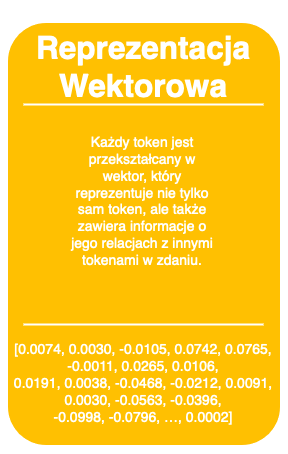
girlsjs/kurs keeps this draw.io diagram as follow-ups/ai-assisted-coding/img/etap2.png. Above is the earlier version. Source tidied: cells renumbered, new cells last; positions are measured from the earlier drawing's top-left corner, leaving out a move shared by most shapes. Its diagram source:
```xml
<mxGraphModel>
  <root>
    <mxCell id="0" />
    <mxCell id="1" parent="0" />
    <mxCell id="2" style="whiteSpace=wrap;html=1;rounded=1;shadow=0;strokeWidth=8;fontSize=20;align=center;fillColor=#FFC001;strokeColor=#FFFFFF;" parent="1" vertex="1">
      <mxGeometry x="1" width="280" height="430" as="geometry" />
    </mxCell>
    <mxCell id="3" value="&lt;h3&gt;&lt;strong&gt;Reprezentacja Wektorowa&lt;/strong&gt;&lt;/h3&gt;" style="text;html=1;strokeColor=none;fillColor=none;align=center;verticalAlign=middle;whiteSpace=wrap;rounded=0;shadow=0;fontSize=27;fontColor=#FFFFFF;fontStyle=1;" parent="1" vertex="1">
      <mxGeometry y="20" width="280" height="60" as="geometry" />
    </mxCell>
    <mxCell id="4" value="[0.0074, 0.0030, -0.0105, 0.0742, 0.0765, -0.0011, 0.0265, 0.0106, &lt;br/&gt;0.0191, 0.0038, -0.0468, -0.0212, 0.0091, 0.0030, -0.0563, -0.0396, &lt;br/&gt;-0.0998, -0.0796, …, 0.0002] " style="text;html=1;strokeColor=none;fillColor=none;align=center;verticalAlign=middle;whiteSpace=wrap;rounded=0;shadow=0;fontSize=14;fontColor=#FFFFFF;" parent="1" vertex="1">
      <mxGeometry y="320" width="280" height="90" as="geometry" />
    </mxCell>
    <mxCell id="5" style="line;strokeWidth=2;html=1;rounded=0;shadow=0;fontSize=27;align=center;fillColor=none;strokeColor=#FFFFFF;" parent="1" vertex="1">
      <mxGeometry x="20" y="80" width="240" height="10" as="geometry" />
    </mxCell>
    <mxCell id="6" style="line;strokeWidth=2;html=1;rounded=0;shadow=0;fontSize=27;align=center;fillColor=none;strokeColor=#FFFFFF;" parent="1" vertex="1">
      <mxGeometry x="20" y="300" width="240" height="10" as="geometry" />
    </mxCell>
    <mxCell id="7" value="&lt;font style=&quot;font-size: 14px;&quot; color=&quot;#ffffff&quot;&gt;Każdy token jest przekształcany w wektor, który reprezentuje nie tylko sam token, ale także zawiera informacje o jego relacjach z innymi tokenami w zdaniu. &lt;/font&gt;" style="text;strokeColor=none;align=center;fillColor=none;html=1;verticalAlign=middle;whiteSpace=wrap;rounded=0;" parent="1" vertex="1">
      <mxGeometry x="64" y="168" width="150" height="30" as="geometry" />
    </mxCell>
  </root>
</mxGraphModel>
```
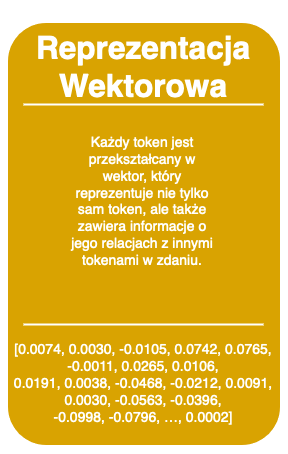
After the commit.

Change to the diagram source:
```diff
@@ -2,7 +2,7 @@
   <root>
     <mxCell id="0" />
     <mxCell id="1" parent="0" />
-    <mxCell id="2" style="whiteSpace=wrap;html=1;rounded=1;shadow=0;strokeWidth=8;fontSize=20;align=center;fillColor=#FFC001;strokeColor=#FFFFFF;" parent="1" vertex="1">
+    <mxCell id="2" style="whiteSpace=wrap;html=1;rounded=1;shadow=0;strokeWidth=8;fontSize=20;align=center;fillColor=#D9A301;strokeColor=#FFFFFF;" parent="1" vertex="1">
       <mxGeometry x="1" width="280" height="430" as="geometry" />
     </mxCell>
     <mxCell id="3" value="&lt;h3&gt;&lt;strong&gt;Reprezentacja Wektorowa&lt;/strong&gt;&lt;/h3&gt;" style="text;html=1;strokeColor=none;fillColor=none;align=center;verticalAlign=middle;whiteSpace=wrap;rounded=0;shadow=0;fontSize=27;fontColor=#FFFFFF;fontStyle=1;" parent="1" vertex="1">
```
